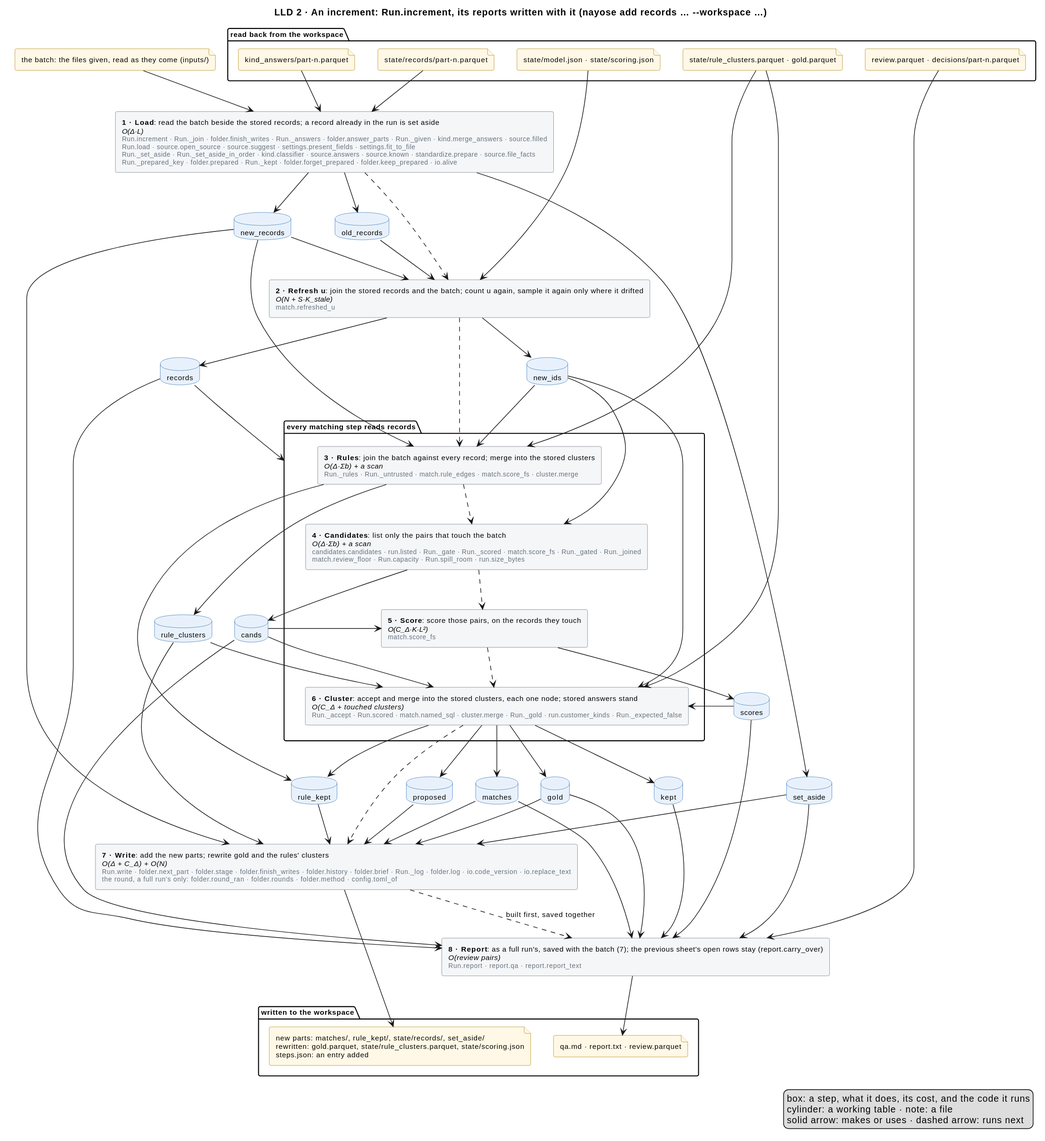
Earlier version of the PlantUML export docs/diagrams/increment.svg (mvsbm/entity_matching). The source it was exported from:
```plantuml
@startuml
title LLD 2 · An increment: Run.increment, its reports written with it (nayose add records … ~--workspace …)
skinparam defaultFontSize 11
skinparam rectangle {
  BackgroundColor #F4F6F8
  BorderColor #65717E
}
skinparam database {
  BackgroundColor #E8F1FB
  BorderColor #2C6DB3
}
skinparam file {
  BackgroundColor #FFF8E6
  BorderColor #B07D00
}

package "read back from the workspace" {
  file "state/model.json · state/scoring.json" as f_model
  file "state/records/part-n.parquet" as f_records
  file "state/rule_clusters.parquet · gold.parquet" as f_clusters
  file "kind_answers/part-n.parquet" as f_answers
  file "review.parquet · decisions/part-n.parquet" as f_sheet
}
file "the batch: the files given, read as they come (inputs/)" as f_batch


rectangle "<b>1 · Load</b>: read the batch beside the stored records; a record already in the run is set aside\n<i>O(Δ·L)</i>\n<size:10><color:#65717E>Run.increment · Run._join · folder.finish_writes · Run._answers · folder.answer_parts · Run._given · kind.merge_answers · source.filled</color></size>\n<size:10><color:#65717E>Run.load · source.open_source · source.suggest · settings.present_fields · settings.fit_to_file</color></size>\n<size:10><color:#65717E>Run._set_aside · Run._set_aside_in_order · kind.classifier · source.answers · source.known · standardize.prepare · source.file_facts</color></size>\n<size:10><color:#65717E>Run._prepared_key · folder.prepared · Run._kept · folder.forget_prepared · folder.keep_prepared · io.alive</color></size>" as load
rectangle "<b>2 · Refresh u</b>: join the stored records and the batch; count u again, sample it again only where it drifted\n<i>O(N + S·K_stale)</i>\n<size:10><color:#65717E>match.refreshed_u</color></size>" as fit
package "every matching step reads records" as matching {
  rectangle "<b>3 · Rules</b>: join the batch against every record; merge into the stored clusters\n<i>O(Δ·Σb) + a scan</i>\n<size:10><color:#65717E>Run._rules · Run._untrusted · match.rule_edges · match.score_fs · cluster.merge</color></size>" as rules
  rectangle "<b>4 · Candidates</b>: list only the pairs that touch the batch\n<i>O(Δ·Σb) + a scan</i>\n<size:10><color:#65717E>candidates.candidates · run.listed · Run._gate · Run._scored · match.score_fs · Run._gated · Run._joined</color></size>\n<size:10><color:#65717E>match.review_floor · Run.capacity · Run.spill_room · run.size_bytes</color></size>" as candidates
  rectangle "<b>5 · Score</b>: score those pairs, on the records they touch\n<i>O(C_Δ·K·L²)</i>\n<size:10><color:#65717E>match.score_fs</color></size>" as score
  rectangle "<b>6 · Cluster</b>: accept and merge into the stored clusters, each one node; stored answers stand\n<i>O(C_Δ + touched clusters)</i>\n<size:10><color:#65717E>Run._accept · Run.scored · match.named_sql · cluster.merge · Run._gold · run.customer_kinds · Run._expected_false</color></size>" as cluster
}
rectangle "<b>7 · Write</b>: add the new parts; rewrite gold and the rules' clusters\n<i>O(Δ + C_Δ) + O(N)</i>\n<size:10><color:#65717E>Run.write · folder.next_part · folder.stage · folder.finish_writes · folder.history · folder.brief · Run._log · folder.log · io.code_version · io.replace_text</color></size>\n<size:10><color:#65717E>the round, a full run's only: folder.round_ran · folder.rounds · folder.method · config.toml_of</color></size>" as write
rectangle "<b>8 · Report</b>: as a full run's, saved with the batch (7); the previous sheet's open rows stay (report.carry_over)\n<i>O(review pairs)</i>\n<size:10><color:#65717E>Run.report · report.qa · report.report_text</color></size>" as report
database "old_records" as old_records
database "new_records" as new_records
database "set_aside" as set_aside
database "records" as records
database "new_ids" as new_ids
database "rule_clusters" as rule_clusters
database "rule_kept" as rule_kept
database "cands" as cands
database "scores" as scores
database "matches" as matches
database "proposed" as proposed
database "kept" as kept
database "gold" as gold

package "written to the workspace" {
  file "new parts: matches/, rule_kept/, state/records/, set_aside/\nrewritten: gold.parquet, state/rule_clusters.parquet, state/scoring.json\nsteps.json: an entry added" as f_out
  file "qa.md · report.txt · review.parquet" as f_people
}

f_batch --> load
f_records --> load
f_answers --> load
f_model --> fit
f_clusters --> rules
f_clusters --> cluster
f_sheet --> report

load ..> fit
fit ..> rules
rules ..> candidates
candidates ..> score
score ..> cluster
cluster ..> write
write ..> report : built first, saved together

load --> old_records
load --> new_records
load --> set_aside
old_records --> fit
new_records --> fit
fit --> records
fit --> new_ids
records --> matching
new_records --> rules
new_ids --> rules
rules --> rule_clusters
rules --> rule_kept
new_ids --> candidates
candidates --> cands
cands --> score
score --> scores
new_ids --> cluster
rule_clusters --> cluster
cands --> cluster
scores --> cluster
cluster --> matches
cluster --> proposed
cluster --> kept
cluster --> rule_kept
kept --> report
proposed --> write
cluster --> gold
new_records --> write
rule_clusters --> write
rule_kept --> write
matches --> write
gold --> write
set_aside --> write
records --> report
cands --> report
scores --> report
matches --> report
gold --> report
set_aside --> report

write --> f_out
report --> f_people
legend right
  box: a step, what it does, its cost, and the code it runs
  cylinder: a working table · note: a file
  solid arrow: makes or uses · dashed arrow: runs next
endlegend
@enduml
```
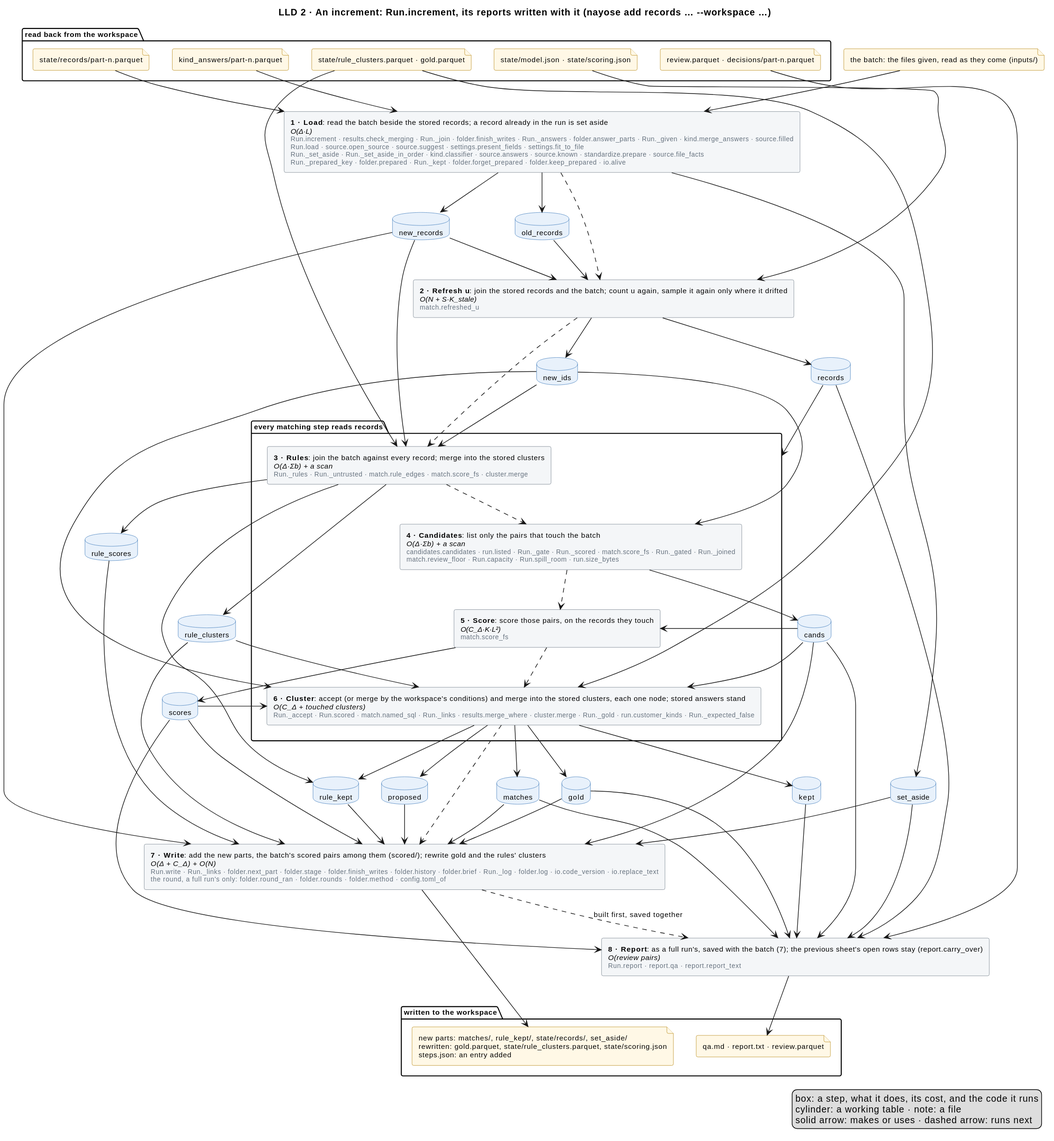
After the change.

What changed in the source:
```diff
@@ -24,15 +24,15 @@
 file "the batch: the files given, read as they come (inputs/)" as f_batch
 
 
-rectangle "<b>1 · Load</b>: read the batch beside the stored records; a record already in the run is set aside\n<i>O(Δ·L)</i>\n<size:10><color:#65717E>Run.increment · Run._join · folder.finish_writes · Run._answers · folder.answer_parts · Run._given · kind.merge_answers · source.filled</color></size>\n<size:10><color:#65717E>Run.load · source.open_source · source.suggest · settings.present_fields · settings.fit_to_file</color></size>\n<size:10><color:#65717E>Run._set_aside · Run._set_aside_in_order · kind.classifier · source.answers · source.known · standardize.prepare · source.file_facts</color></size>\n<size:10><color:#65717E>Run._prepared_key · folder.prepared · Run._kept · folder.forget_prepared · folder.keep_prepared · io.alive</color></size>" as load
+rectangle "<b>1 · Load</b>: read the batch beside the stored records; a record already in the run is set aside\n<i>O(Δ·L)</i>\n<size:10><color:#65717E>Run.increment · results.check_merging · Run._join · folder.finish_writes · Run._answers · folder.answer_parts · Run._given · kind.merge_answers · source.filled</color></size>\n<size:10><color:#65717E>Run.load · source.open_source · source.suggest · settings.present_fields · settings.fit_to_file</color></size>\n<size:10><color:#65717E>Run._set_aside · Run._set_aside_in_order · kind.classifier · source.answers · source.known · standardize.prepare · source.file_facts</color></size>\n<size:10><color:#65717E>Run._prepared_key · folder.prepared · Run._kept · folder.forget_prepared · folder.keep_prepared · io.alive</color></size>" as load
 rectangle "<b>2 · Refresh u</b>: join the stored records and the batch; count u again, sample it again only where it drifted\n<i>O(N + S·K_stale)</i>\n<size:10><color:#65717E>match.refreshed_u</color></size>" as fit
 package "every matching step reads records" as matching {
   rectangle "<b>3 · Rules</b>: join the batch against every record; merge into the stored clusters\n<i>O(Δ·Σb) + a scan</i>\n<size:10><color:#65717E>Run._rules · Run._untrusted · match.rule_edges · match.score_fs · cluster.merge</color></size>" as rules
   rectangle "<b>4 · Candidates</b>: list only the pairs that touch the batch\n<i>O(Δ·Σb) + a scan</i>\n<size:10><color:#65717E>candidates.candidates · run.listed · Run._gate · Run._scored · match.score_fs · Run._gated · Run._joined</color></size>\n<size:10><color:#65717E>match.review_floor · Run.capacity · Run.spill_room · run.size_bytes</color></size>" as candidates
   rectangle "<b>5 · Score</b>: score those pairs, on the records they touch\n<i>O(C_Δ·K·L²)</i>\n<size:10><color:#65717E>match.score_fs</color></size>" as score
-  rectangle "<b>6 · Cluster</b>: accept and merge into the stored clusters, each one node; stored answers stand\n<i>O(C_Δ + touched clusters)</i>\n<size:10><color:#65717E>Run._accept · Run.scored · match.named_sql · cluster.merge · Run._gold · run.customer_kinds · Run._expected_false</color></size>" as cluster
+  rectangle "<b>6 · Cluster</b>: accept (or merge by the workspace's conditions) and merge into the stored clusters, each one node; stored answers stand\n<i>O(C_Δ + touched clusters)</i>\n<size:10><color:#65717E>Run._accept · Run.scored · match.named_sql · Run._links · results.merge_where · cluster.merge · Run._gold · run.customer_kinds · Run._expected_false</color></size>" as cluster
 }
-rectangle "<b>7 · Write</b>: add the new parts; rewrite gold and the rules' clusters\n<i>O(Δ + C_Δ) + O(N)</i>\n<size:10><color:#65717E>Run.write · folder.next_part · folder.stage · folder.finish_writes · folder.history · folder.brief · Run._log · folder.log · io.code_version · io.replace_text</color></size>\n<size:10><color:#65717E>the round, a full run's only: folder.round_ran · folder.rounds · folder.method · config.toml_of</color></size>" as write
+rectangle "<b>7 · Write</b>: add the new parts, the batch's scored pairs among them (scored/); rewrite gold and the rules' clusters\n<i>O(Δ + C_Δ) + O(N)</i>\n<size:10><color:#65717E>Run.write · Run._links · folder.next_part · folder.stage · folder.finish_writes · folder.history · folder.brief · Run._log · folder.log · io.code_version · io.replace_text</color></size>\n<size:10><color:#65717E>the round, a full run's only: folder.round_ran · folder.rounds · folder.method · config.toml_of</color></size>" as write
 rectangle "<b>8 · Report</b>: as a full run's, saved with the batch (7); the previous sheet's open rows stay (report.carry_over)\n<i>O(review pairs)</i>\n<size:10><color:#65717E>Run.report · report.qa · report.report_text</color></size>" as report
 database "old_records" as old_records
 database "new_records" as new_records
@@ -43,6 +43,7 @@
 database "rule_kept" as rule_kept
 database "cands" as cands
 database "scores" as scores
+database "rule_scores" as rule_scores
 database "matches" as matches
 database "proposed" as proposed
 database "kept" as kept
@@ -81,6 +82,10 @@
 new_ids --> rules
 rules --> rule_clusters
 rules --> rule_kept
+rules --> rule_scores
+rule_scores --> write
+cands --> write
+scores --> write
 new_ids --> candidates
 candidates --> cands
 cands --> score
```
